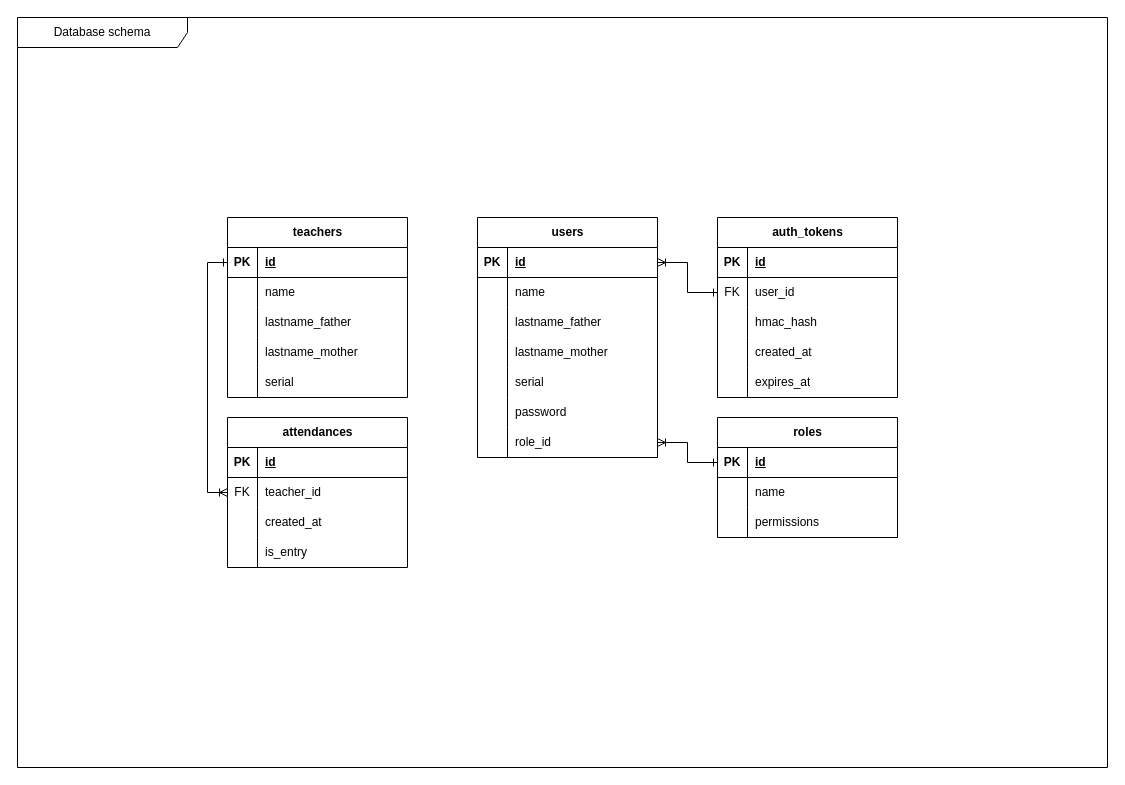
Before: database-schema.drawio in RobotoSkunk/iuv-exercise, a draw.io diagram. Source tidied: cells renumbered, new cells numbered last; positions are measured from the earlier drawing's top-left corner, leaving out a move shared by most shapes. Both pictures are drawn from the tidied source at 100%, with x=0, y=0 at pixel (17, 17).
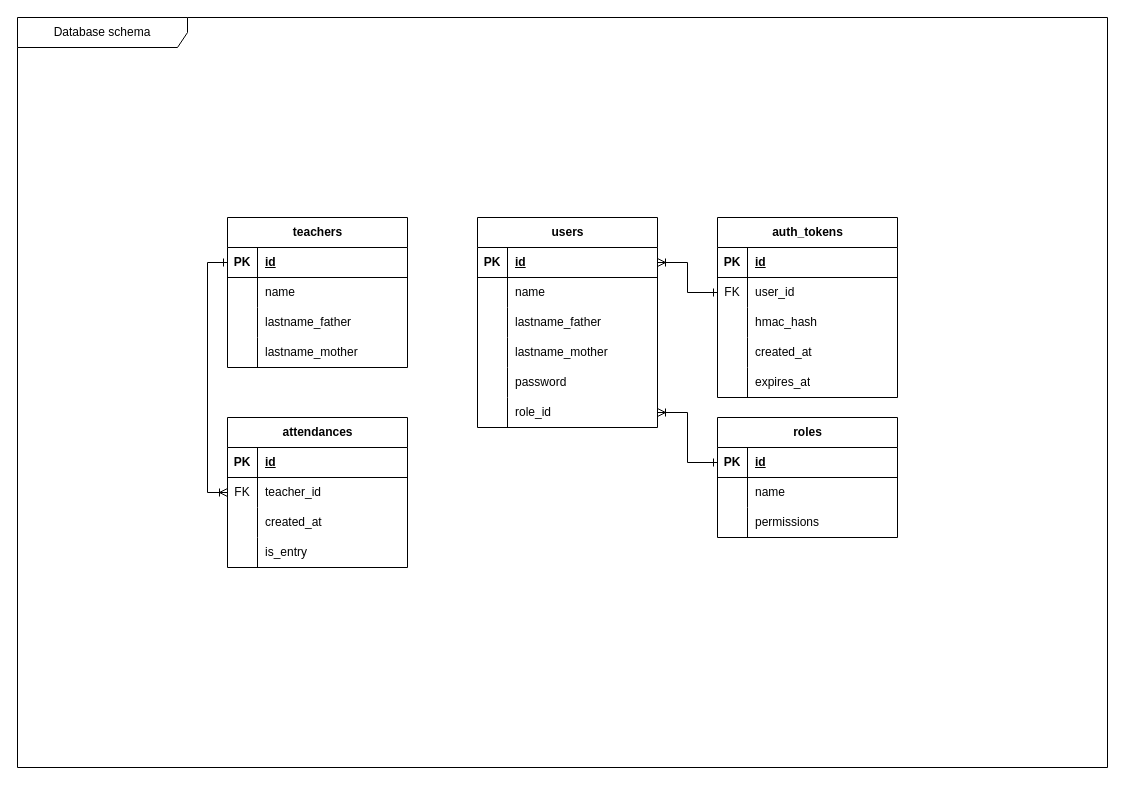
After the change.

Diff of the diagram source:
```diff
@@
     <mxCell id="3" value="teachers" style="shape=table;startSize=30;childLayout=tableLayout;rowLines=0;fontStyle=1;align=center;html=1;" parent="1" vertex="1">
-      <mxGeometry x="210" y="200" width="180" height="180" as="geometry" />
+      <mxGeometry x="210" y="200" width="180" height="150" as="geometry" />
     </mxCell>
@@
-    <mxCell id="16" style="shape=tableRow;horizontal=0;startSize=0;swimlaneHead=0;swimlaneBody=0;fillColor=none;top=0;left=0;right=0;bottom=0;" parent="3" vertex="1">
-      <mxGeometry y="150" width="180" height="30" as="geometry" />
-    </mxCell>
-    <mxCell id="17" style="shape=partialRectangle;fillColor=none;top=0;left=0;bottom=0;right=0;overflow=hidden;whiteSpace=wrap;html=1;" parent="16" vertex="1">
-      <mxGeometry width="30" height="30" as="geometry" />
-    </mxCell>
-    <mxCell id="18" value="serial" style="shape=partialRectangle;fillColor=none;top=0;left=0;bottom=0;right=0;align=left;spacingLeft=6;overflow=hidden;whiteSpace=wrap;html=1;" parent="16" vertex="1">
-      <mxGeometry x="30" width="150" height="30" as="geometry" />
-    </mxCell>
     <mxCell id="19" value="users" style="shape=table;startSize=30;childLayout=tableLayout;rowLines=0;fontStyle=1;align=center;html=1;" parent="1" vertex="1">
-      <mxGeometry x="460" y="200" width="180" height="240" as="geometry" />
+      <mxGeometry x="460" y="200" width="180" height="210" as="geometry" />
     </mxCell>
@@
-    <mxCell id="32" style="shape=tableRow;horizontal=0;startSize=0;swimlaneHead=0;swimlaneBody=0;fillColor=none;top=0;left=0;right=0;bottom=0;" parent="19" vertex="1">
-      <mxGeometry y="150" width="180" height="30" as="geometry" />
-    </mxCell>
-    <mxCell id="33" style="shape=partialRectangle;fillColor=none;top=0;left=0;bottom=0;right=0;overflow=hidden;whiteSpace=wrap;html=1;" parent="32" vertex="1">
-      <mxGeometry width="30" height="30" as="geometry" />
-    </mxCell>
-    <mxCell id="34" value="serial" style="shape=partialRectangle;fillColor=none;top=0;left=0;bottom=0;right=0;align=left;spacingLeft=6;overflow=hidden;whiteSpace=wrap;html=1;" parent="32" vertex="1">
-      <mxGeometry x="30" width="150" height="30" as="geometry" />
-    </mxCell>
     <mxCell id="35" style="shape=tableRow;horizontal=0;startSize=0;swimlaneHead=0;swimlaneBody=0;fillColor=none;top=0;left=0;right=0;bottom=0;" parent="19" vertex="1">
-      <mxGeometry y="180" width="180" height="30" as="geometry" />
+      <mxGeometry y="150" width="180" height="30" as="geometry" />
     </mxCell>
@@
     <mxCell id="38" style="shape=tableRow;horizontal=0;startSize=0;swimlaneHead=0;swimlaneBody=0;fillColor=none;points=[[0,0.5],[1,0.5]];portConstraint=eastwest;top=0;left=0;right=0;bottom=0;" parent="19" vertex="1">
-      <mxGeometry y="210" width="180" height="30" as="geometry" />
+      <mxGeometry y="180" width="180" height="30" as="geometry" />
     </mxCell>
```
